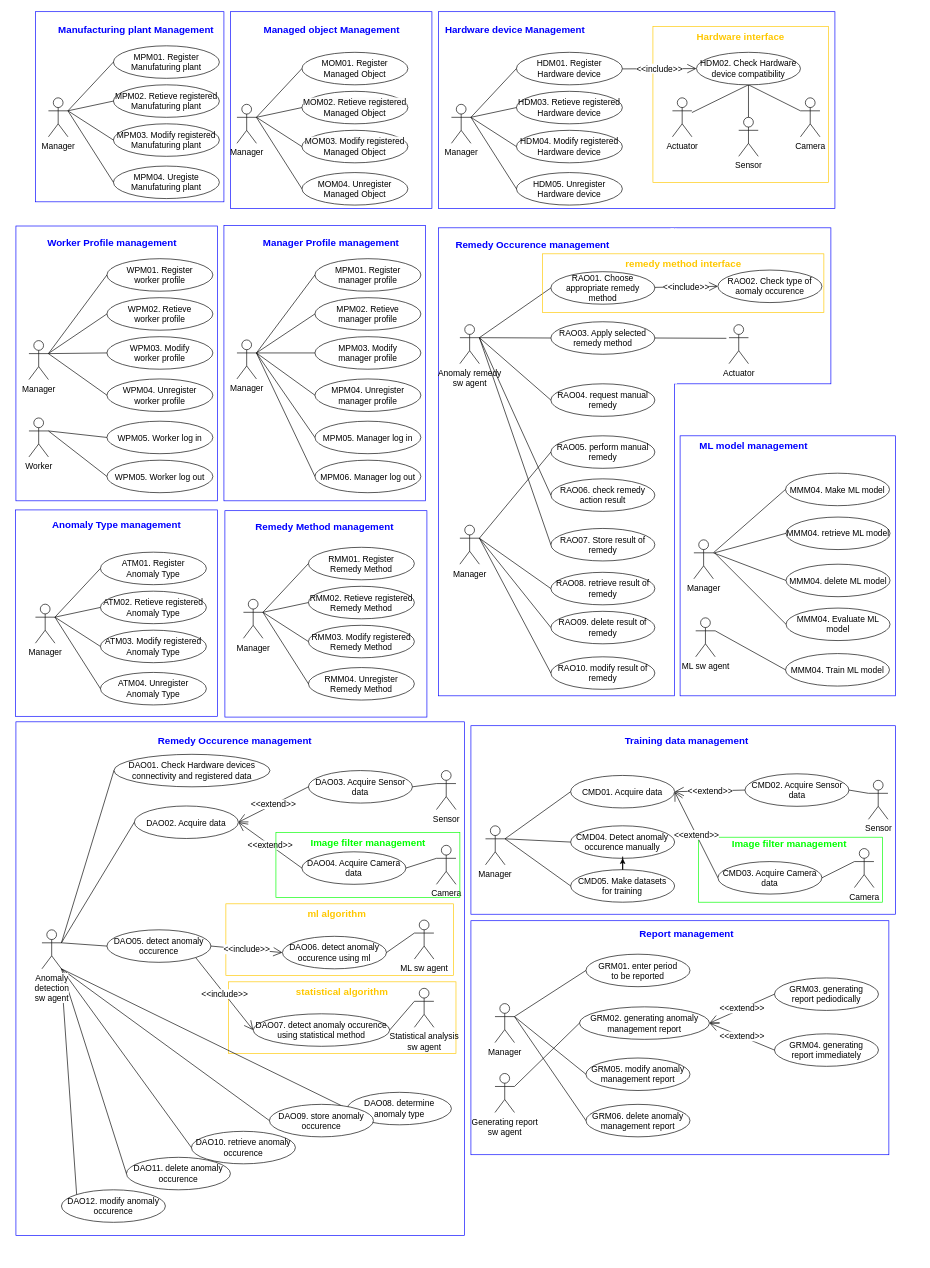
Above: usecase_diagram_refine3.drawio in ShineSoYoung/TEST (draw.io), before the change. Source tidied: cells renumbered, new cells numbered last; positions are measured from the earlier drawing's top-left corner, leaving out a move shared by most shapes. Both pictures are drawn from the tidied source at 65%, with x=0, y=0 at pixel (11, 12).
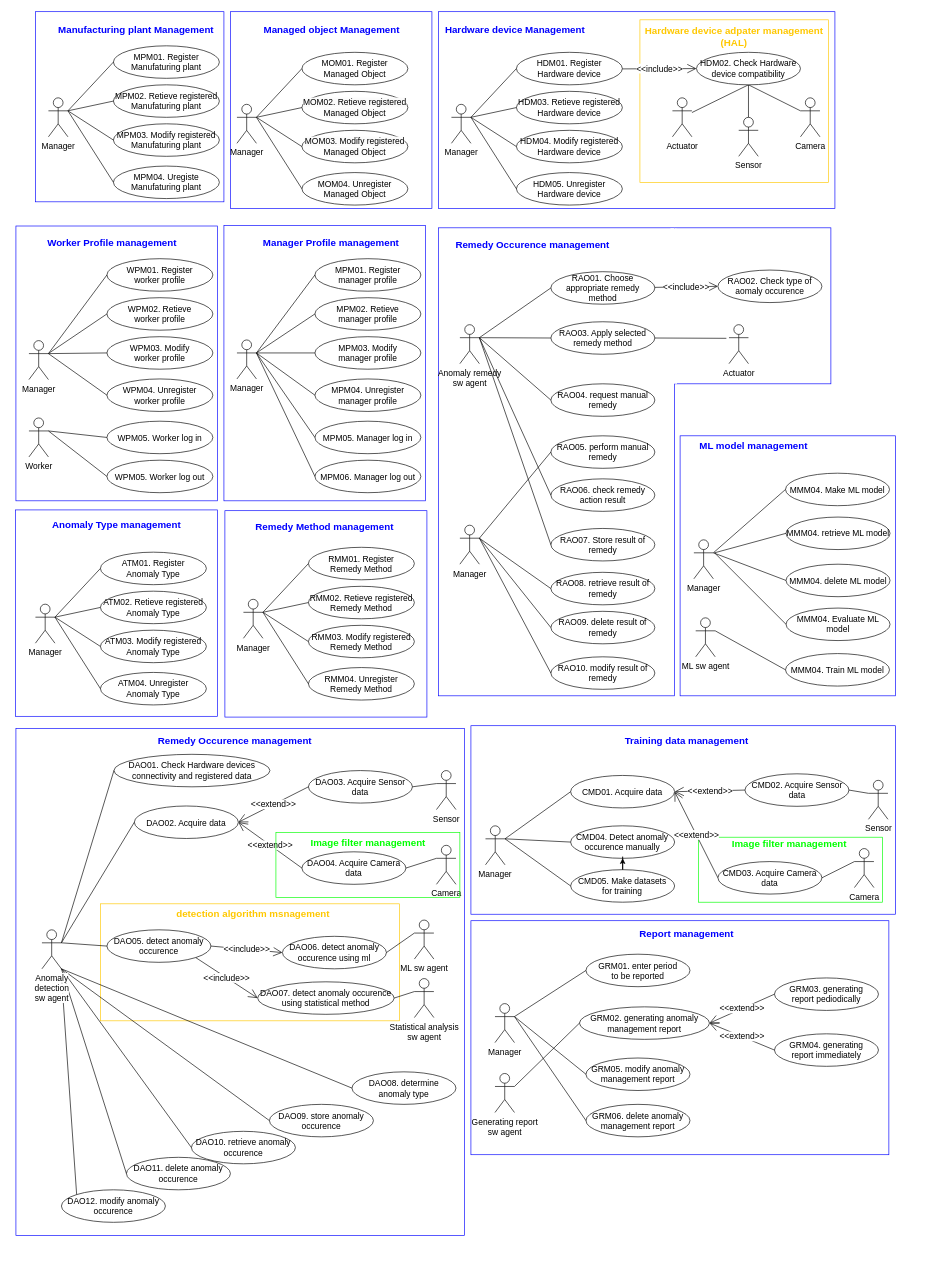
Above is the later version.

Unchanged cells that the change refers to:
```xml
<mxCell id="78" style="group;fontSize=13;" parent="1" vertex="1">
  <mxGeometry x="677" y="12" width="620" height="285" as="geometry" />
</mxCell>
```

Change to the diagram source:
```diff
@@
+    <mxCell id="3" style="rounded=0;whiteSpace=wrap;html=1;fillColor=none;strokeColor=#0000ff;" parent="1" vertex="1">
+      <mxGeometry x="7" y="1102" width="690" height="780" as="geometry" />
+    </mxCell>
     <mxCell id="2" style="rounded=0;whiteSpace=wrap;html=1;fillColor=none;strokeColor=#ffc800;" parent="1" vertex="1">
-      <mxGeometry x="330" y="1372" width="350" height="110" as="geometry" />
+      <mxGeometry x="137" y="1372" width="460" height="180" as="geometry" />
     </mxCell>
-    <mxCell id="3" style="rounded=0;whiteSpace=wrap;html=1;fillColor=none;strokeColor=#0000ff;" parent="1" vertex="1">
-      <mxGeometry x="7" y="1092" width="690" height="790" as="geometry" />
-    </mxCell>
-    <mxCell id="4" style="rounded=0;whiteSpace=wrap;html=1;fillColor=none;strokeColor=#ffc800;" parent="1" vertex="1">
-      <mxGeometry x="334" y="1492" width="350" height="110" as="geometry" />
-    </mxCell>
@@
     <mxCell id="10" style="rounded=0;whiteSpace=wrap;html=1;fillColor=none;strokeColor=#ffc800;" parent="1" vertex="1">
-      <mxGeometry x="987" y="22" width="270" height="240" as="geometry" />
+      <mxGeometry x="967" y="12" width="290" height="250" as="geometry" />
     </mxCell>
@@
+    <mxCell id="124" value="&lt;font style=&quot;font-size: 15px;&quot;&gt;Hardware device adpater management (HAL)&lt;/font&gt;" style="text;html=1;strokeColor=none;fillColor=none;align=center;verticalAlign=middle;whiteSpace=wrap;rounded=0;fontStyle=1;fontSize=15;fontColor=#ffc800;" parent="78" vertex="1">
+      <mxGeometry x="280" y="10" width="310" height="30" as="geometry" />
+    </mxCell>
@@
-    <mxCell id="124" value="&lt;font style=&quot;font-size: 15px;&quot;&gt;Hardware interface&lt;/font&gt;" style="text;html=1;strokeColor=none;fillColor=none;align=center;verticalAlign=middle;whiteSpace=wrap;rounded=0;fontStyle=1;fontSize=15;fontColor=#ffc800;" parent="1" vertex="1">
-      <mxGeometry x="967" y="22" width="310" height="30" as="geometry" />
-    </mxCell>
@@
     <mxCell id="137" value="DAO07. detect anomaly occurence using statistical method" style="ellipse;whiteSpace=wrap;html=1;fontSize=13;" parent="1" vertex="1">
-      <mxGeometry x="372" y="1541.2" width="210" height="50" as="geometry" />
+      <mxGeometry x="378.9" y="1492" width="210" height="50" as="geometry" />
     </mxCell>
@@
     <mxCell id="145" value="DAO08. determine &lt;br style=&quot;font-size: 13px;&quot;&gt;anomaly type" style="ellipse;whiteSpace=wrap;html=1;fontSize=13;" parent="1" vertex="1">
-      <mxGeometry x="517" y="1662" width="160" height="50" as="geometry" />
+      <mxGeometry x="524" y="1630.5" width="160" height="50" as="geometry" />
     </mxCell>
@@
     <mxCell id="222" value="Statistical analysis&lt;br style=&quot;font-size: 13px;&quot;&gt;sw agent" style="shape=umlActor;verticalLabelPosition=bottom;verticalAlign=top;html=1;outlineConnect=0;fontSize=13;" parent="1" vertex="1">
-      <mxGeometry x="620" y="1502" width="30" height="60" as="geometry" />
+      <mxGeometry x="620" y="1487" width="30" height="60" as="geometry" />
     </mxCell>
@@
-    <mxCell id="224" style="rounded=0;whiteSpace=wrap;html=1;fillColor=none;strokeColor=#ffc800;" parent="1" vertex="1">
-      <mxGeometry x="817" y="372" width="433" height="90" as="geometry" />
-    </mxCell>
-    <mxCell id="225" value="&lt;font style=&quot;font-size: 15px;&quot;&gt;remedy method interface&lt;/font&gt;" style="text;html=1;strokeColor=none;fillColor=none;align=center;verticalAlign=middle;whiteSpace=wrap;rounded=0;fontStyle=1;fontSize=15;fontColor=#ffc800;" parent="1" vertex="1">
-      <mxGeometry x="878.5" y="372" width="310" height="30" as="geometry" />
-    </mxCell>
-    <mxCell id="226" value="&lt;font style=&quot;font-size: 15px;&quot;&gt;ml algorithm&amp;nbsp;&lt;/font&gt;" style="text;html=1;strokeColor=none;fillColor=none;align=center;verticalAlign=middle;whiteSpace=wrap;rounded=0;fontStyle=1;fontSize=15;fontColor=#ffc800;" parent="1" vertex="1">
-      <mxGeometry x="348.1" y="1372" width="310" height="30" as="geometry" />
+    <mxCell id="226" value="&lt;font style=&quot;font-size: 15px;&quot;&gt;detection algorithm msnagement&lt;/font&gt;" style="text;html=1;strokeColor=none;fillColor=none;align=center;verticalAlign=middle;whiteSpace=wrap;rounded=0;fontStyle=1;fontSize=15;fontColor=#ffc800;" parent="1" vertex="1">
+      <mxGeometry x="217" y="1372" width="310" height="30" as="geometry" />
     </mxCell>
-    <mxCell id="227" value="&lt;font style=&quot;font-size: 15px;&quot;&gt;statistical algorithm&lt;/font&gt;" style="text;html=1;strokeColor=none;fillColor=none;align=center;verticalAlign=middle;whiteSpace=wrap;rounded=0;fontStyle=1;fontSize=15;fontColor=#ffc800;" parent="1" vertex="1">
-      <mxGeometry x="354" y="1492" width="310" height="30" as="geometry" />
-    </mxCell>
```
